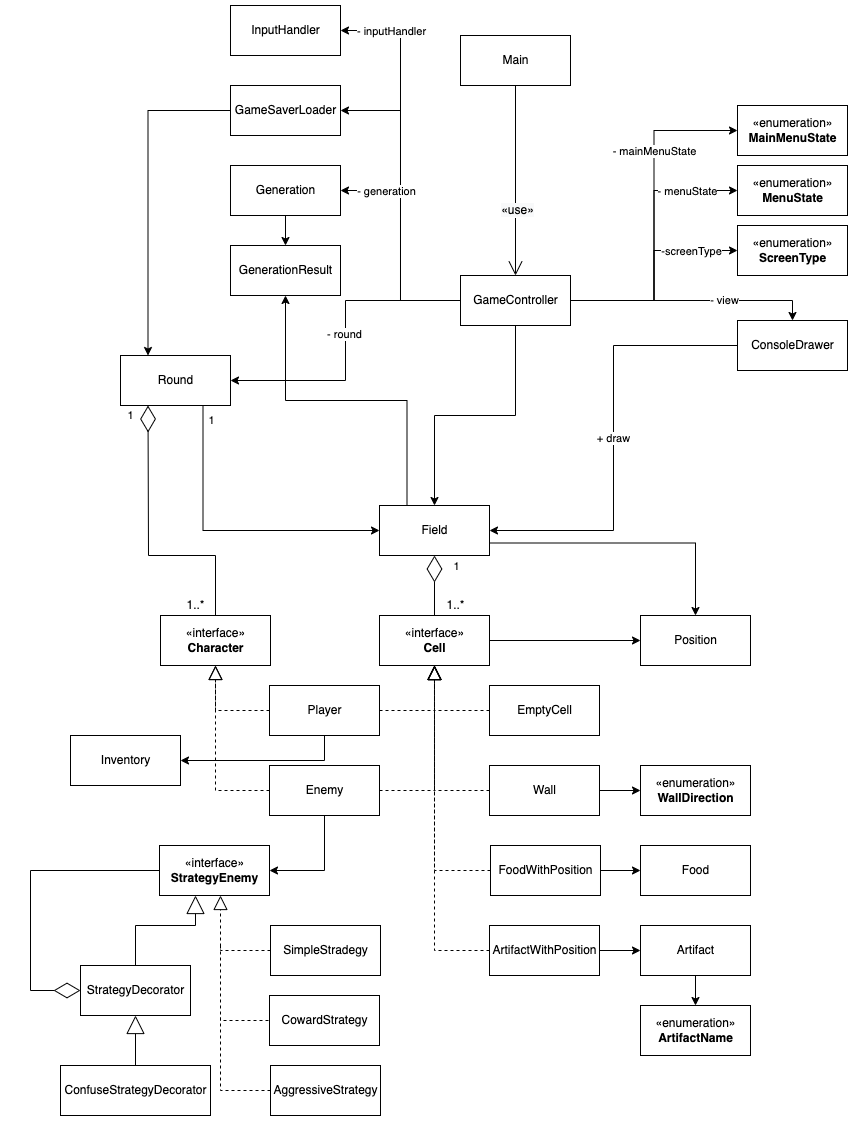
The draw.io diagram img/Logic.png in MariaChizhova/HSE-SD-Roguelike, before a commit. Source tidied: cells renumbered, new cells last; positions are measured from the earlier drawing's top-left corner, leaving out a move shared by most shapes.
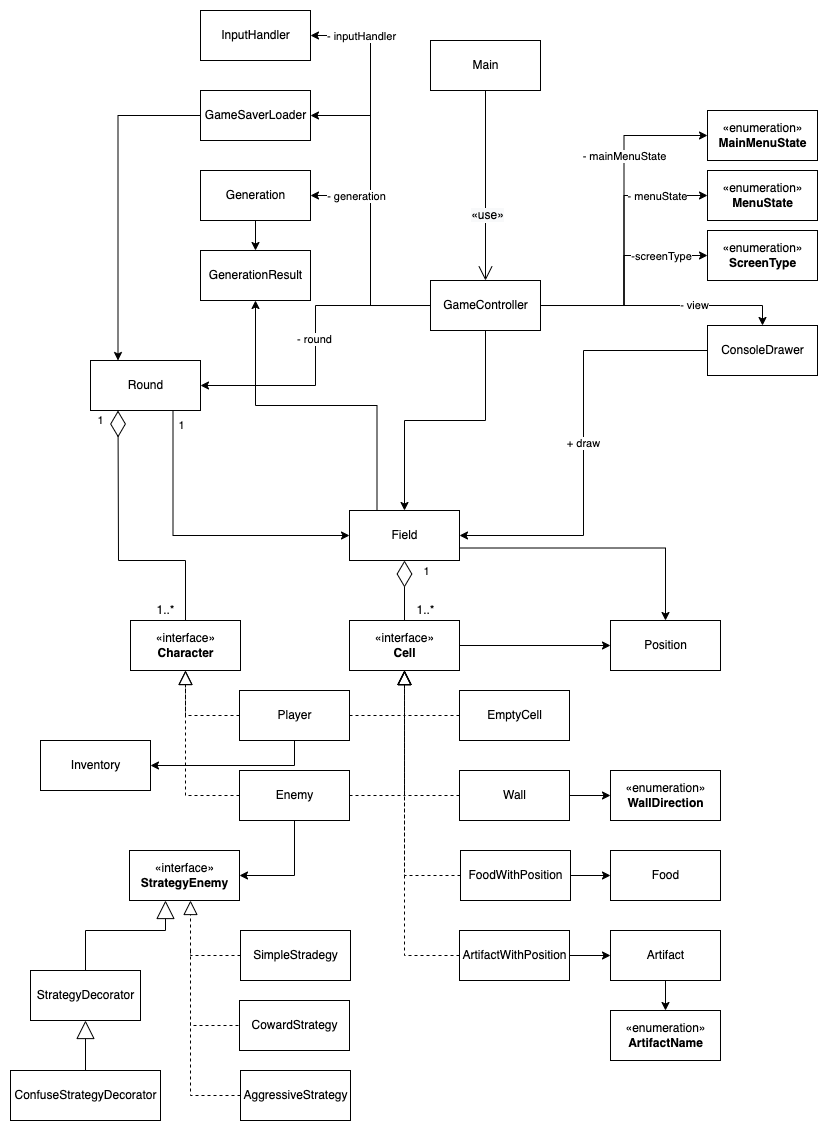
Later version of the same file.

The edit, as a diff of the source:
```diff
@@ -305,10 +305,10 @@
       </mxGeometry>
     </mxCell>
     <mxCell id="80" value="&lt;pre style=&quot;background-color: rgb(255 , 255 , 255) ; color: rgb(8 , 8 , 8)&quot;&gt;&lt;span style=&quot;color: rgb(0 , 0 , 0)&quot;&gt;&lt;font face=&quot;Helvetica&quot;&gt;StrategyDecorator&lt;/font&gt;&lt;/span&gt;&lt;/pre&gt;" style="html=1;" parent="1" vertex="1">
-      <mxGeometry x="50" y="960" width="110" height="50" as="geometry" />
+      <mxGeometry x="30" y="960" width="110" height="50" as="geometry" />
     </mxCell>
     <mxCell id="81" value="&lt;pre style=&quot;background-color: rgb(255 , 255 , 255) ; color: rgb(8 , 8 , 8)&quot;&gt;&lt;span style=&quot;color: rgb(0 , 0 , 0)&quot;&gt;&lt;font face=&quot;Helvetica&quot;&gt;ConfuseStrategyDecorator&lt;/font&gt;&lt;/span&gt;&lt;/pre&gt;" style="html=1;" parent="1" vertex="1">
-      <mxGeometry x="30" y="1060" width="150" height="50" as="geometry" />
+      <mxGeometry x="10" y="1060" width="150" height="50" as="geometry" />
     </mxCell>
     <mxCell id="82" style="endArrow=block;endSize=16;endFill=0;html=1;rounded=0;fontFamily=Helvetica;exitX=0.5;exitY=0;exitDx=0;exitDy=0;" parent="1" edge="1" source="81" target="80">
       <mxGeometry relative="1" as="geometry" />
@@ -317,18 +317,10 @@
       <mxGeometry relative="1" as="geometry">
         <mxPoint x="165" y="890" as="targetPoint" />
         <Array as="points">
-          <mxPoint x="105" y="920" />
+          <mxPoint x="85" y="920" />
           <mxPoint x="165" y="920" />
         </Array>
       </mxGeometry>
     </mxCell>
-    <mxCell id="84" style="endArrow=diamondThin;endFill=0;endSize=24;html=1;rounded=0;entryX=0;entryY=0.5;entryDx=0;entryDy=0;exitX=0;exitY=0.5;exitDx=0;exitDy=0;" parent="1" edge="1" source="21" target="80">
-      <mxGeometry relative="1" as="geometry">
-        <Array as="points">
-          <mxPoint y="865" />
-          <mxPoint y="985" />
-        </Array>
-      </mxGeometry>
-    </mxCell>
   </root>
 </mxGraphModel>
```
